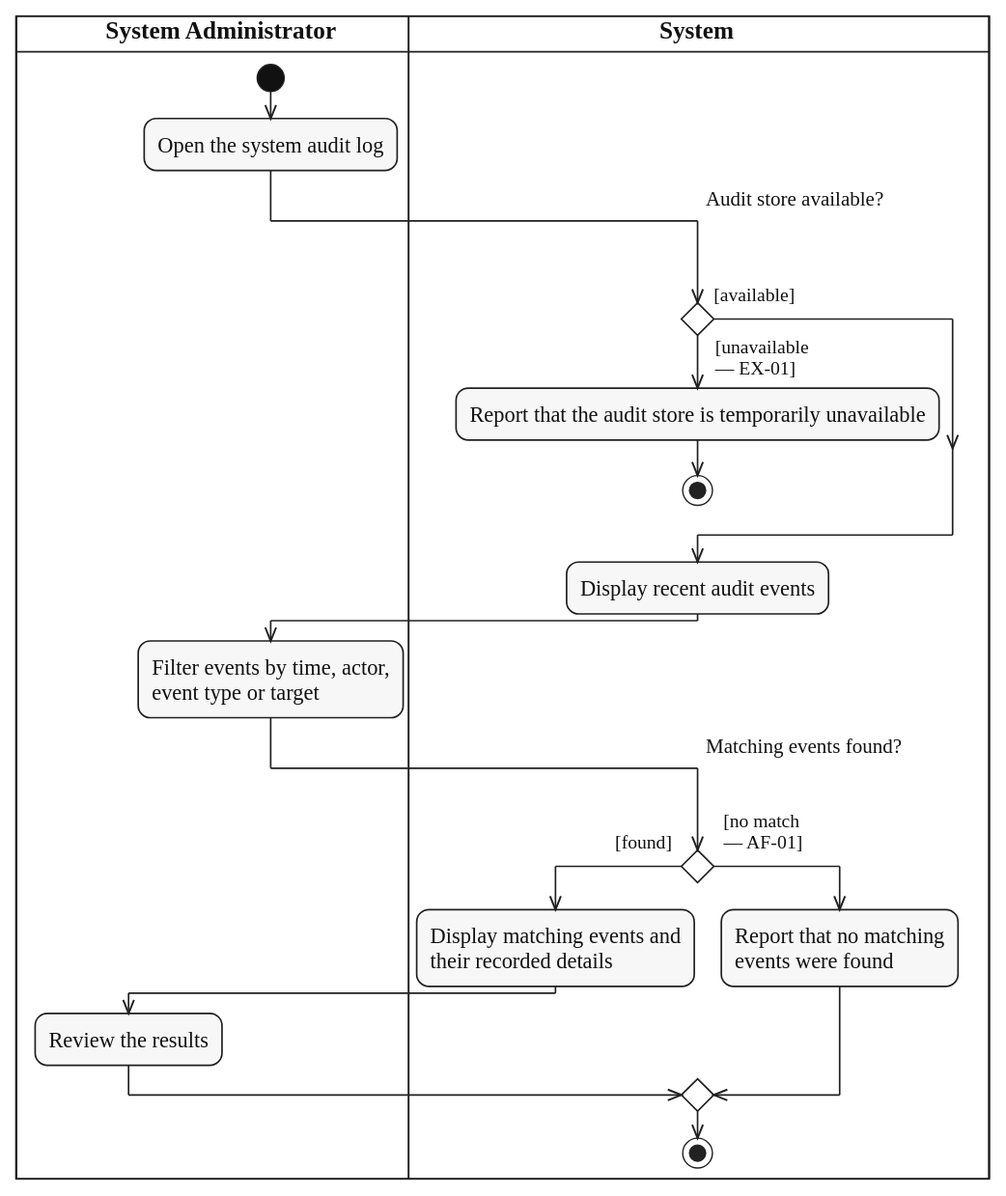
Before: diagrams/activity/system-administration/svg/UC-SYSTEM-AUDIT-LOG-REVIEW.svg, a diagram exported from PlantUML (lukenab/swd392-doc-automation). Its source is kept beside it as diagrams/activity/system-administration/source/UC-SYSTEM-AUDIT-LOG-REVIEW.puml.
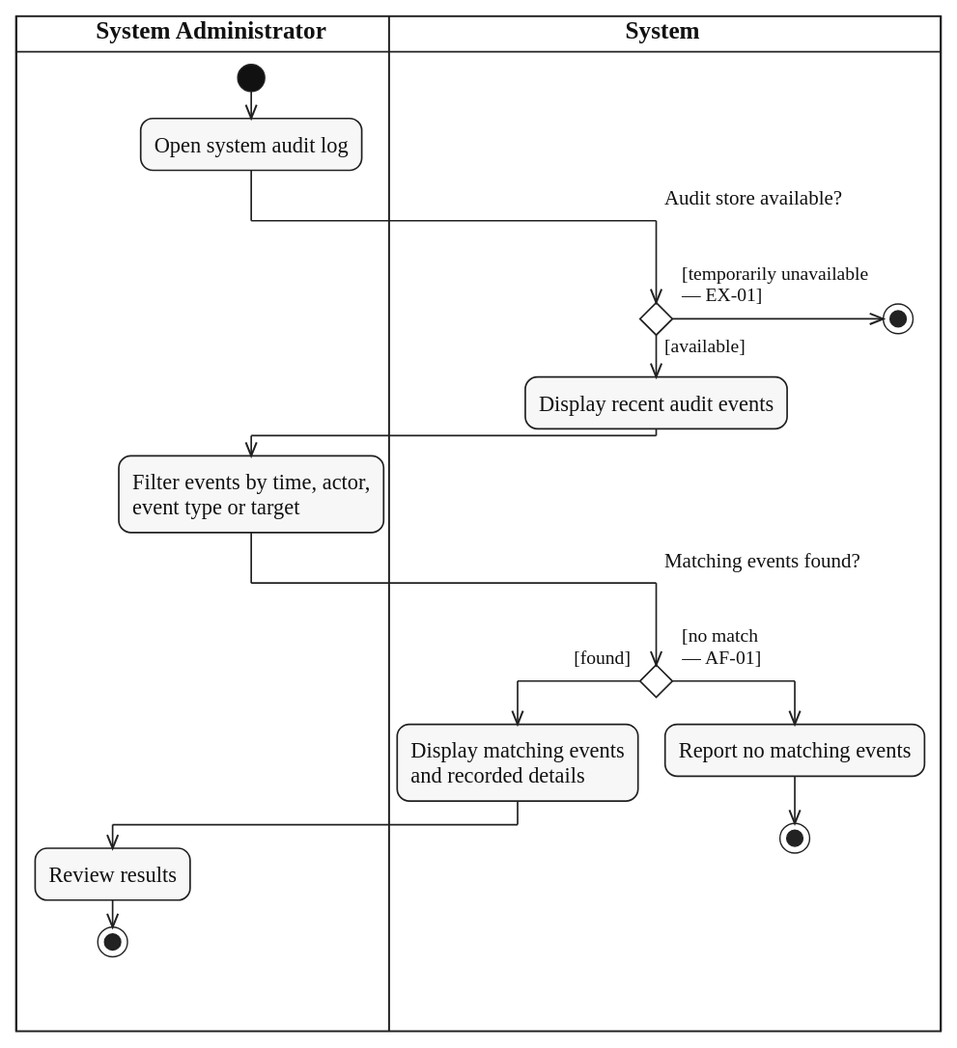
The same file after the commit.

Commit message:
docs(activity): shorten labels in system-administration diagrams

Diff of the diagram source:
```diff
@@ -5,27 +5,27 @@
 
 |ADM|
 start
-:Open the system audit log;
+:Open system audit log;
 |SYS|
 if ($question_x("Audit store available?")) then ($guard_left("[available]"))
-else ($guard_right("[unavailable", "— EX-01]"))
-  :Report that the audit store is temporarily unavailable;
+  :Display recent audit events;
+  |ADM|
+  :Filter events by time, actor,
+  event type or target;
+  |SYS|
+  if ($question_x("Matching events found?")) then ($guard_left("[found]"))
+    :Display matching events
+    and recorded details;
+    |ADM|
+    :Review results;
+    stop
+  else ($guard_right("[no match", "— AF-01]"))
+    |SYS|
+    :Report no matching events;
+    stop
+  endif
+else ($guard_right("[temporarily unavailable", "— EX-01]"))
+  |SYS|
   stop
 endif
-:Display recent audit events;
-|ADM|
-:Filter events by time, actor,
-event type or target;
-|SYS|
-if ($question_x("Matching events found?")) then ($guard_left("[found]"))
-  :Display matching events and
-  their recorded details;
-  |ADM|
-  :Review the results;
-else ($guard_right("[no match", "— AF-01]"))
-  |SYS|
-  :Report that no matching
-  events were found;
-endif
-stop
 @enduml
```
